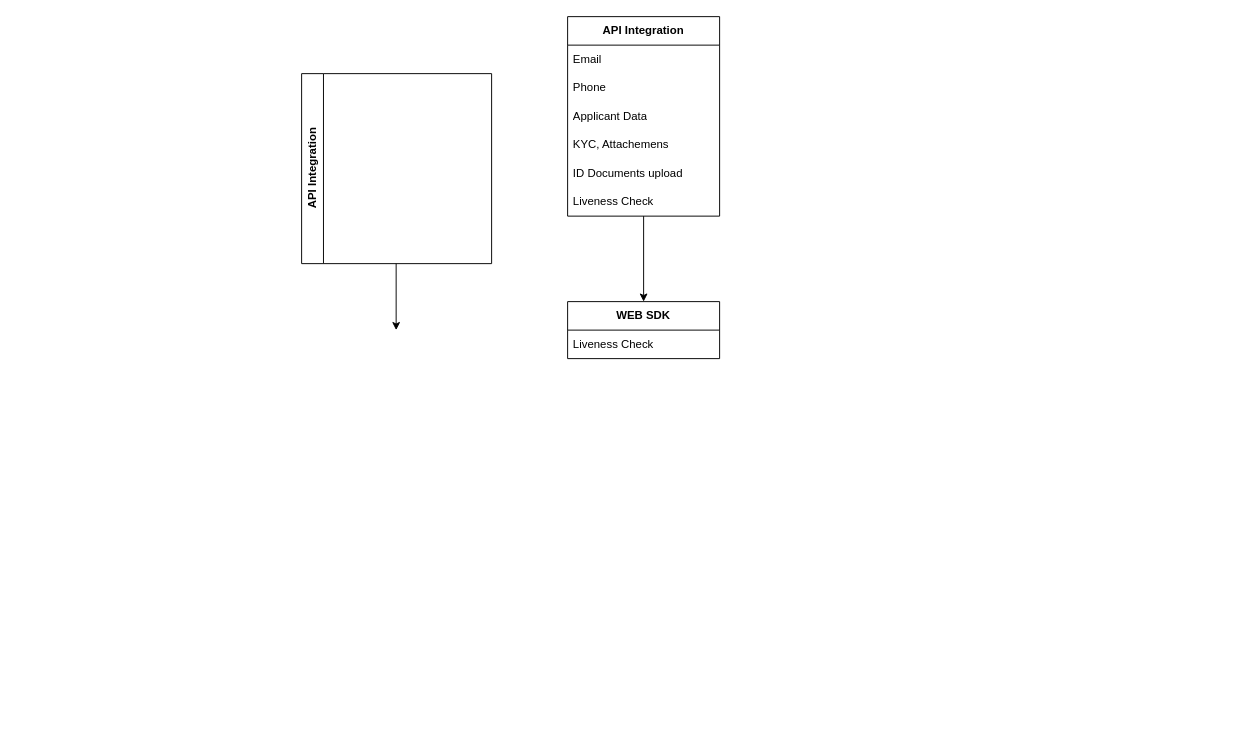
This is Untitled Diagram.drawio from ghazaryan-arthur/Draw, a draw.io file, before an edit. Source tidied: cells renumbered, new cells numbered last; positions are measured from the earlier drawing's top-left corner, leaving out a move shared by most shapes. Both pictures are drawn from the tidied source at 95%, with x=0, y=0 at pixel (301, 16).
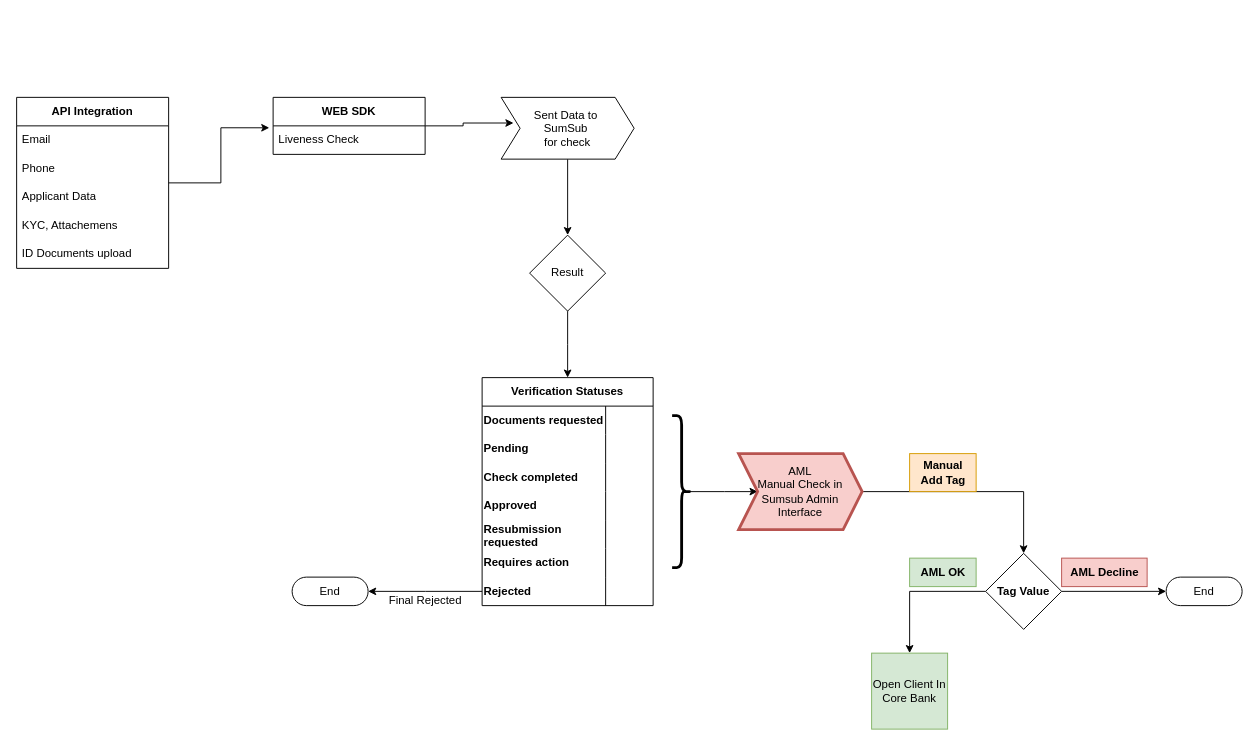
The same page after the edit.

The change refers to these unchanged cells:
```xml
<mxCell id="13" value="Liveness Check" style="text;strokeColor=none;fillColor=none;align=left;verticalAlign=middle;spacingLeft=4;spacingRight=4;overflow=hidden;points=[[0,0.5],[1,0.5]];portConstraint=eastwest;whiteSpace=wrap;html=1;" parent="12" vertex="1">
  <mxGeometry y="30" width="160" height="30" as="geometry" />
</mxCell>
```

Diff of the diagram source:
```diff
@@
-    <mxCell id="2" style="edgeStyle=orthogonalEdgeStyle;rounded=0;orthogonalLoop=1;jettySize=auto;html=1;" parent="1" edge="1">
-      <mxGeometry relative="1" as="geometry">
-        <mxPoint x="99.5" y="260" as="sourcePoint" />
-        <mxPoint x="99.5" y="330" as="targetPoint" />
-      </mxGeometry>
-    </mxCell>
-    <mxCell id="3" value="API Integration" style="swimlane;horizontal=0;whiteSpace=wrap;html=1;" parent="1" vertex="1">
-      <mxGeometry y="60" width="200" height="200" as="geometry" />
-    </mxCell>
-    <mxCell id="4" style="edgeStyle=orthogonalEdgeStyle;rounded=0;jettySize=auto;html=1;entryX=0.5;entryY=0;entryDx=0;entryDy=0;" parent="1" edge="1" source="5" target="12">
-      <mxGeometry relative="1" as="geometry" />
-    </mxCell>
+    <mxCell id="14" style="edgeStyle=orthogonalEdgeStyle;rounded=0;jettySize=auto;html=1;entryX=-0.025;entryY=0.067;entryDx=0;entryDy=0;entryPerimeter=0;" parent="1" edge="1" source="5" target="13">
+      <mxGeometry relative="1" as="geometry" />
+    </mxCell>
     <mxCell id="5" value="&lt;b&gt;API Integration&lt;/b&gt;" style="swimlane;fontStyle=0;horizontal=1;startSize=30;whiteSpace=wrap;html=1;" parent="1" vertex="1">
-      <mxGeometry x="280" width="160" height="210" as="geometry" />
+      <mxGeometry x="-300" y="85" width="160" height="180" as="geometry" />
     </mxCell>
@@
-    <mxCell id="11" value="Liveness Check" style="text;strokeColor=none;fillColor=none;align=left;verticalAlign=middle;spacingLeft=4;spacingRight=4;overflow=hidden;whiteSpace=wrap;html=1;" parent="5" vertex="1">
-      <mxGeometry y="180" width="160" height="30" as="geometry" />
-    </mxCell>
+    <mxCell id="15" style="edgeStyle=orthogonalEdgeStyle;rounded=0;jettySize=auto;html=1;entryX=0.093;entryY=0.415;entryDx=0;entryDy=0;entryPerimeter=0;" parent="1" edge="1" source="12" target="17">
+      <mxGeometry relative="1" as="geometry" />
+    </mxCell>
     <mxCell id="12" value="&lt;b&gt;WEB SDK&lt;br&gt;&lt;/b&gt;" style="swimlane;fontStyle=0;horizontal=1;startSize=30;whiteSpace=wrap;html=1;" parent="1" vertex="1">
-      <mxGeometry x="280" y="300" width="160" height="60" as="geometry" />
+      <mxGeometry x="-30" y="85" width="160" height="60" as="geometry" />
     </mxCell>
@@
+    <mxCell id="16" style="edgeStyle=orthogonalEdgeStyle;rounded=0;jettySize=auto;html=1;" parent="1" edge="1" source="17" target="19">
+      <mxGeometry relative="1" as="geometry" />
+    </mxCell>
+    <mxCell id="17" value="&lt;div&gt;Sent Data to&amp;nbsp;&lt;/div&gt;&lt;div&gt;SumSub&amp;nbsp;&lt;/div&gt;&lt;div&gt;for check&lt;/div&gt;" style="shape=step;perimeter=stepPerimeter;whiteSpace=wrap;html=1;fixedSize=1;size=20;fillColor=#ffffff;strokeColor=#000000;" parent="1" vertex="1">
+      <mxGeometry x="210" y="85" width="140" height="65" as="geometry" />
+    </mxCell>
+    <mxCell id="18" style="edgeStyle=orthogonalEdgeStyle;rounded=0;jettySize=auto;html=1;" parent="1" edge="1" source="19">
+      <mxGeometry relative="1" as="geometry">
+        <mxPoint x="280" y="380" as="targetPoint" />
+      </mxGeometry>
+    </mxCell>
+    <mxCell id="19" value="Result" style="rhombus;whiteSpace=wrap;html=1;" parent="1" vertex="1">
+      <mxGeometry x="240" y="230" width="80" height="80" as="geometry" />
+    </mxCell>
+    <mxCell id="20" value="Final Rejected" style="text;html=1;align=center;verticalAlign=middle;strokeColor=none;fillColor=none;" parent="1" vertex="1">
+      <mxGeometry x="80" y="600" width="100" height="30" as="geometry" />
+    </mxCell>
+    <mxCell id="21" value="End" style="html=1;dashed=0;whiteSpace=wrap;shape=mxgraph.dfd.start;" parent="1" vertex="1">
+      <mxGeometry x="-10" y="590" width="80" height="30" as="geometry" />
+    </mxCell>
+    <mxCell id="22" value="Verification Statuses" style="shape=table;startSize=30;childLayout=tableLayout;rowLines=0;fontStyle=1;align=center;html=1;whiteSpace=wrap;" parent="1" vertex="1">
+      <mxGeometry x="190" y="380" width="180" height="240" as="geometry" />
+    </mxCell>
+    <mxCell id="23" style="shape=tableRow;horizontal=0;startSize=0;swimlaneHead=0;swimlaneBody=0;fillColor=none;top=0;left=0;right=0;bottom=0;html=1;" parent="22" vertex="1">
+      <mxGeometry y="30" width="180" height="30" as="geometry" />
+    </mxCell>
+    <mxCell id="24" value="Documents requested" style="shape=partialRectangle;fillColor=none;top=0;left=0;bottom=0;right=0;fontStyle=1;overflow=hidden;html=1;whiteSpace=wrap;" parent="23" vertex="1">
+      <mxGeometry width="130" height="30" as="geometry" />
+    </mxCell>
+    <mxCell id="25" style="shape=partialRectangle;fillColor=none;top=0;left=0;bottom=0;right=0;align=left;spacingLeft=6;fontStyle=5;overflow=hidden;html=1;whiteSpace=wrap;" parent="23" vertex="1">
+      <mxGeometry x="130" width="50" height="30" as="geometry" />
+    </mxCell>
+    <mxCell id="26" style="shape=tableRow;horizontal=0;startSize=0;swimlaneHead=0;swimlaneBody=0;fillColor=none;top=0;left=0;right=0;bottom=0;html=1;" parent="22" vertex="1">
+      <mxGeometry y="60" width="180" height="30" as="geometry" />
+    </mxCell>
+    <mxCell id="27" value="&lt;strong&gt;Pending&lt;/strong&gt;" style="shape=partialRectangle;fillColor=none;top=0;left=0;bottom=0;right=0;fontStyle=0;overflow=hidden;html=1;whiteSpace=wrap;align=left;" parent="26" vertex="1">
+      <mxGeometry width="130" height="30" as="geometry" />
+    </mxCell>
+    <mxCell id="28" style="shape=partialRectangle;fillColor=none;top=0;left=0;bottom=0;right=0;align=left;spacingLeft=6;fontStyle=5;overflow=hidden;html=1;whiteSpace=wrap;" parent="26" vertex="1">
+      <mxGeometry x="130" width="50" height="30" as="geometry" />
+    </mxCell>
+    <mxCell id="29" style="shape=tableRow;horizontal=0;startSize=0;swimlaneHead=0;swimlaneBody=0;fillColor=none;top=0;left=0;right=0;bottom=0;html=1;" parent="22" vertex="1">
+      <mxGeometry y="90" width="180" height="30" as="geometry" />
+    </mxCell>
+    <mxCell id="30" value="&lt;strong&gt;Check completed&lt;/strong&gt;" style="shape=partialRectangle;fillColor=none;top=0;left=0;bottom=0;right=0;fontStyle=0;overflow=hidden;html=1;whiteSpace=wrap;align=left;" parent="29" vertex="1">
+      <mxGeometry width="130" height="30" as="geometry" />
+    </mxCell>
+    <mxCell id="31" style="shape=partialRectangle;fillColor=none;top=0;left=0;bottom=0;right=0;align=left;spacingLeft=6;fontStyle=5;overflow=hidden;html=1;whiteSpace=wrap;" parent="29" vertex="1">
+      <mxGeometry x="130" width="50" height="30" as="geometry" />
+    </mxCell>
+    <mxCell id="32" style="shape=tableRow;horizontal=0;startSize=0;swimlaneHead=0;swimlaneBody=0;fillColor=none;top=0;left=0;right=0;bottom=0;html=1;" parent="22" vertex="1">
+      <mxGeometry y="120" width="180" height="30" as="geometry" />
+    </mxCell>
+    <mxCell id="33" value="&lt;div align=&quot;left&quot;&gt;&lt;strong&gt;Approved&lt;/strong&gt;&lt;/div&gt;" style="shape=partialRectangle;fillColor=none;top=0;left=0;bottom=0;right=0;fontStyle=0;overflow=hidden;html=1;whiteSpace=wrap;align=left;" parent="32" vertex="1">
+      <mxGeometry width="130" height="30" as="geometry" />
+    </mxCell>
+    <mxCell id="34" style="shape=partialRectangle;fillColor=none;top=0;left=0;bottom=0;right=0;align=left;spacingLeft=6;fontStyle=5;overflow=hidden;html=1;whiteSpace=wrap;" parent="32" vertex="1">
+      <mxGeometry x="130" width="50" height="30" as="geometry" />
+    </mxCell>
+    <mxCell id="35" style="shape=tableRow;horizontal=0;startSize=0;swimlaneHead=0;swimlaneBody=0;fillColor=none;top=0;left=0;right=0;bottom=0;html=1;" parent="22" vertex="1">
+      <mxGeometry y="150" width="180" height="30" as="geometry" />
+    </mxCell>
+    <mxCell id="36" value="&lt;div align=&quot;left&quot;&gt;Resubmission requested&lt;/div&gt;" style="shape=partialRectangle;fillColor=none;top=0;left=0;bottom=0;right=0;fontStyle=1;overflow=hidden;html=1;whiteSpace=wrap;align=left;" parent="35" vertex="1">
+      <mxGeometry width="130" height="30" as="geometry" />
+    </mxCell>
+    <mxCell id="37" style="shape=partialRectangle;fillColor=none;top=0;left=0;bottom=0;right=0;align=left;spacingLeft=6;fontStyle=5;overflow=hidden;html=1;whiteSpace=wrap;" parent="35" vertex="1">
+      <mxGeometry x="130" width="50" height="30" as="geometry" />
+    </mxCell>
+    <mxCell id="38" style="shape=tableRow;horizontal=0;startSize=0;swimlaneHead=0;swimlaneBody=0;fillColor=none;top=0;left=0;right=0;bottom=0;html=1;" parent="22" vertex="1">
+      <mxGeometry y="180" width="180" height="30" as="geometry" />
+    </mxCell>
+    <mxCell id="39" value="&lt;div align=&quot;left&quot;&gt;Requires action&lt;/div&gt;" style="shape=partialRectangle;fillColor=none;top=0;left=0;bottom=0;right=0;fontStyle=1;overflow=hidden;html=1;whiteSpace=wrap;align=left;" parent="38" vertex="1">
+      <mxGeometry width="130" height="30" as="geometry" />
+    </mxCell>
+    <mxCell id="40" style="shape=partialRectangle;fillColor=none;top=0;left=0;bottom=0;right=0;align=left;spacingLeft=6;fontStyle=5;overflow=hidden;html=1;whiteSpace=wrap;" parent="38" vertex="1">
+      <mxGeometry x="130" width="50" height="30" as="geometry" />
+    </mxCell>
+    <mxCell id="41" style="shape=tableRow;horizontal=0;startSize=0;swimlaneHead=0;swimlaneBody=0;fillColor=none;points=[[0,0.5],[1,0.5]];portConstraint=eastwest;top=0;left=0;right=0;bottom=0;html=1;" parent="22" vertex="1">
+      <mxGeometry y="210" width="180" height="30" as="geometry" />
+    </mxCell>
+    <mxCell id="42" value="Rejected" style="shape=partialRectangle;fillColor=none;top=0;left=0;bottom=0;right=0;fontStyle=1;overflow=hidden;html=1;whiteSpace=wrap;align=left;" parent="41" vertex="1">
+      <mxGeometry width="130" height="30" as="geometry" />
+    </mxCell>
+    <mxCell id="43" style="shape=partialRectangle;fillColor=none;top=0;left=0;bottom=0;right=0;align=left;spacingLeft=6;fontStyle=5;overflow=hidden;html=1;whiteSpace=wrap;" parent="41" vertex="1">
+      <mxGeometry x="130" width="50" height="30" as="geometry" />
+    </mxCell>
+    <mxCell id="44" style="edgeStyle=orthogonalEdgeStyle;rounded=0;jettySize=auto;html=1;exitX=0.1;exitY=0.5;exitDx=0;exitDy=0;exitPerimeter=0;" parent="1" edge="1" source="45">
+      <mxGeometry relative="1" as="geometry">
+        <mxPoint x="480" y="500" as="targetPoint" />
+      </mxGeometry>
+    </mxCell>
+    <mxCell id="45" style="shape=curlyBracket;whiteSpace=wrap;html=1;rounded=1;flipH=1;labelPosition=right;verticalLabelPosition=middle;align=left;verticalAlign=middle;size=0.5;strokeWidth=3;" parent="1" vertex="1">
+      <mxGeometry x="390" y="420" width="20" height="160" as="geometry" />
+    </mxCell>
+    <mxCell id="46" style="edgeStyle=orthogonalEdgeStyle;rounded=0;jettySize=auto;html=1;entryX=0.5;entryY=0;entryDx=0;entryDy=0;" parent="1" edge="1" source="47" target="52">
+      <mxGeometry relative="1" as="geometry" />
+    </mxCell>
+    <mxCell id="47" value="AML &lt;br&gt;Manual Check in Sumsub Admin Interface" style="shape=step;perimeter=stepPerimeter;whiteSpace=wrap;html=1;fixedSize=1;strokeWidth=3;fillColor=#f8cecc;strokeColor=#b85450;align=center;" parent="1" vertex="1">
+      <mxGeometry x="460" y="460" width="130" height="80" as="geometry" />
+    </mxCell>
+    <mxCell id="48" style="edgeStyle=orthogonalEdgeStyle;rounded=0;jettySize=auto;html=1;" parent="1" edge="1" source="41">
+      <mxGeometry relative="1" as="geometry">
+        <mxPoint x="70" y="605" as="targetPoint" />
+      </mxGeometry>
+    </mxCell>
+    <mxCell id="49" value="Manual &lt;br&gt;Add Tag" style="text;html=1;align=center;verticalAlign=middle;strokeColor=#d79b00;fillColor=#ffe6cc;fontStyle=1;" parent="1" vertex="1">
+      <mxGeometry x="640" y="460" width="70" height="40" as="geometry" />
+    </mxCell>
+    <mxCell id="50" style="edgeStyle=orthogonalEdgeStyle;rounded=0;jettySize=auto;html=1;exitX=0;exitY=0.5;exitDx=0;exitDy=0;entryX=0.5;entryY=0;entryDx=0;entryDy=0;" parent="1" edge="1" source="52" target="55">
+      <mxGeometry relative="1" as="geometry" />
+    </mxCell>
+    <mxCell id="51" style="edgeStyle=orthogonalEdgeStyle;rounded=0;jettySize=auto;html=1;exitX=1;exitY=0.5;exitDx=0;exitDy=0;entryX=0;entryY=0.5;entryDx=0;entryDy=0;entryPerimeter=0;" parent="1" edge="1" source="52" target="56">
+      <mxGeometry relative="1" as="geometry" />
+    </mxCell>
+    <mxCell id="52" value="&lt;b&gt;Tag Value&lt;/b&gt;" style="rhombus;whiteSpace=wrap;html=1;" parent="1" vertex="1">
+      <mxGeometry x="720" y="565" width="80" height="80" as="geometry" />
+    </mxCell>
+    <mxCell id="53" value="&lt;div&gt;AML OK&lt;/div&gt;" style="text;html=1;align=center;verticalAlign=middle;strokeColor=#82b366;fillColor=#d5e8d4;fontStyle=1;" parent="1" vertex="1">
+      <mxGeometry x="640" y="570" width="70" height="30" as="geometry" />
+    </mxCell>
+    <mxCell id="54" value="AML Decline" style="text;html=1;align=center;verticalAlign=middle;strokeColor=#b85450;fillColor=#f8cecc;fontStyle=1;" parent="1" vertex="1">
+      <mxGeometry x="800" y="570" width="90" height="30" as="geometry" />
+    </mxCell>
+    <mxCell id="55" value="Open Client In Core Bank" style="whiteSpace=wrap;html=1;fillColor=#d5e8d4;strokeColor=#82b366;" parent="1" vertex="1">
+      <mxGeometry x="600" y="670" width="80" height="80" as="geometry" />
+    </mxCell>
+    <mxCell id="56" value="End" style="html=1;dashed=0;whiteSpace=wrap;shape=mxgraph.dfd.start;" parent="1" vertex="1">
+      <mxGeometry x="910" y="590" width="80" height="30" as="geometry" />
+    </mxCell>
```
